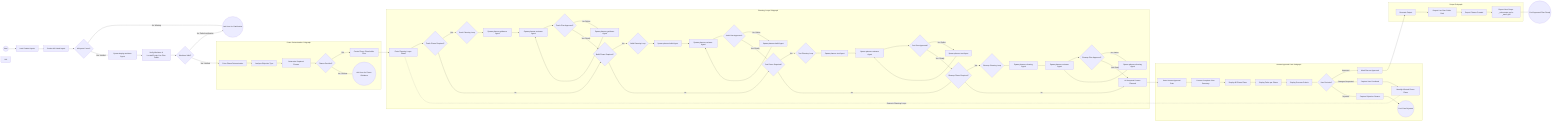
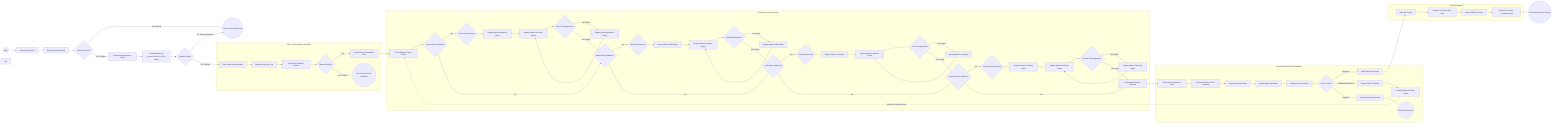
flowchart LR
    %% GOAL: Orchestrate planning agents to create executable plans without execution.
    %% PROFILE: Orchestration-Planning
-     %% OUTPUT: Approved plan folder in docs/plans/live/, ready for _orchestrate.yml or _teach.yml
+     %% OUTPUT: Approved plan folder in docs/plans/live/, ready for _orchestrate.yml
    %% GUIDELINE: PLANNING ONLY policy - no execution, no exploration loops.
    %% GUIDELINE: User provides all necessary context in their prompt - no discovery phase.
    %% GUIDELINE: assets/definitions/plans.yml - Plan types and folder structure
    %% INPUT_PATH: agents/orchestration/orchestration-planning/inputs.yml

    Start((Start)) --> LoadInputs[Load Context Inputs]

    %% ========================================
    %% INPUT VALIDATION PHASE
    %% ========================================
    %% Verify all required context is provided in the user prompt.
    %% Unlike orchestration-build, NO exploration phase - user supplies context.
    LoadInputs --> ReviewInputs[Review All Listed Inputs]
    ReviewInputs --> CheckInputs{All Inputs Found?}

    %% If inputs are missing, ask user for clarification (no self-healing search)
    CheckInputs -- "No: Missing" --> AskUser((Ask User for Clarification))

    %% Proceed when context is verified
    CheckInputs -- "Yes: Verified" --> SpawnDeployWorktree[Spawn deploy-worktree Agent]

    %% ========================================
    %% WORKTREE & PLAN FOLDER SETUP
    %% ========================================
    %% deploy-worktree agent handles worktree setup and verification
    %% Creates or locates live plan folder (YYMMDDRepo_Branch/)
    SpawnDeployWorktree --> VerifyWorktree[Verify Worktree & Locate/Create Live Plan Folder]
    VerifyWorktree --> WorktreeValid{Worktree Valid?}
    WorktreeValid -- "No: Failed verification" --> AskUser

    %% ========================================
    %% PHASE DETERMINATION
    %% ========================================
    %% Orchestration-planning agent analyzes objective and determines required phases.
    %% Possible phases: teach, build, test, cleanup
    %% Each phase will get its own plan_live_<phase>.yml file
    WorktreeValid -- "Yes: Verified" --> PhaseDetermination[Enter Phase Determination]

    subgraph PhaseDetermination_SG ["Phase Determination Subgraph"]
        %% Orchestration-planning determines phases based on objective type:
        %% - teach: guidance, process, or documentation improvements
        %% - build: code implementation or feature development
        %% - test: test strategy and validation tasks
        %% - cleanup: code cleanup, audit, or removal tasks
        %% Creates placeholder .yml files for each required phase
        PhaseDetermination --> AnalyzeObjective[Analyze Objective Type]
        AnalyzeObjective --> DeterminePhases[Determine Required Phases]
        DeterminePhases --> PhasesDecided{Phases Decided?}

        %% List possible phases: teach, build, test, cleanup
        PhasesDecided -- "Yes" --> CreatePlaceholders[Create Phase Placeholder Files]
        PhasesDecided -- "No: Unclear" --> EscalatePhases((Ask User for Phase Guidance))
    end

    %% ========================================
    %% PLANNING LOOPS PHASE
    %% ========================================
    %% LOOP_DEFINITION: assets/definitions/agent-loops.yml#planner-loop
    %% MAX_ITERATIONS: 5 (per planner-loop definition)
    %% ESCALATION: If max iterations reached without approval, stop and Ask User
    %%
    %% For each required phase, spawn specialized planner + reviewer loop:
    %% - planner-guidance: Teaching/guidance plans
    %% - planner-build: Build/implementation plans
    %% - planner-test: Test strategy plans
    %% - planner-cleaning: Cleanup/audit plans
    CreatePlaceholders --> PlanningLoops[Enter Planning Loops Phase]

    subgraph PlanningLoops_SG ["Planning Loops Subgraph"]
        %% ----------------------------------------
        %% TEACH PLANNING LOOP (if teach phase required)
        %% ----------------------------------------
        PlanningLoops --> CheckTeach{Teach Phase Required?}
        CheckTeach -- "Yes" --> TeachPlanLoop{Teach Planning Loop}

        TeachPlanLoop --> SpawnPlannerTeach[Spawn planner-guidance Agent]
        SpawnPlannerTeach --> SpawnTeachReviewer[Spawn planner-reviewer Agent]
        SpawnTeachReviewer --> TeachPlanApproved{Teach Plan Approved?}

        %% Iterative refinement for teach plan
        TeachPlanApproved -- "No: Refine" --> SpawnPlannerTeachFix[Spawn planner-guidance Agent]
        SpawnPlannerTeachFix --> SpawnTeachReviewer

        TeachPlanApproved -- "Yes: Ready" --> CheckBuild{Build Phase Required?}
        CheckTeach -- "No" --> CheckBuild

        %% ----------------------------------------
        %% BUILD PLANNING LOOP (if build phase required)
        %% ----------------------------------------
        CheckBuild -- "Yes" --> BuildPlanLoop{Build Planning Loop}

        BuildPlanLoop --> SpawnPlannerBuild[Spawn planner-build Agent]
        SpawnPlannerBuild --> SpawnBuildReviewer[Spawn planner-reviewer Agent]
        SpawnBuildReviewer --> BuildPlanApproved{Build Plan Approved?}

        %% Iterative refinement for build plan
        BuildPlanApproved -- "No: Refine" --> SpawnPlannerBuildFix[Spawn planner-build Agent]
        SpawnPlannerBuildFix --> SpawnBuildReviewer

        BuildPlanApproved -- "Yes: Ready" --> CheckTest{Test Phase Required?}
        CheckBuild -- "No" --> CheckTest

        %% ----------------------------------------
        %% TEST PLANNING LOOP (if test phase required)
        %% ----------------------------------------
        CheckTest -- "Yes" --> TestPlanLoop{Test Planning Loop}

        TestPlanLoop --> SpawnPlannerTest[Spawn planner-test Agent]
        SpawnPlannerTest --> SpawnTestReviewer[Spawn planner-reviewer Agent]
        SpawnTestReviewer --> TestPlanApproved{Test Plan Approved?}

        %% Iterative refinement for test plan
        TestPlanApproved -- "No: Refine" --> SpawnPlannerTestFix[Spawn planner-test Agent]
        SpawnPlannerTestFix --> SpawnTestReviewer

        TestPlanApproved -- "Yes: Ready" --> CheckCleanup{Cleanup Phase Required?}
        CheckTest -- "No" --> CheckCleanup

        %% ----------------------------------------
        %% CLEANUP PLANNING LOOP (if cleanup phase required)
        %% ----------------------------------------
        CheckCleanup -- "Yes" --> CleanupPlanLoop{Cleanup Planning Loop}

        CleanupPlanLoop --> SpawnPlannerCleanup[Spawn planner-cleaning Agent]
        SpawnPlannerCleanup --> SpawnCleanupReviewer[Spawn planner-reviewer Agent]
        SpawnCleanupReviewer --> CleanupPlanApproved{Cleanup Plan Approved?}

        %% Iterative refinement for cleanup plan
        CleanupPlanApproved -- "No: Refine" --> SpawnPlannerCleanupFix[Spawn planner-cleaning Agent]
        SpawnPlannerCleanupFix --> SpawnCleanupReviewer

        CleanupPlanApproved -- "Yes: Ready" --> AllPhasesPlanned[All Required Phases Planned]
        CheckCleanup -- "No" --> AllPhasesPlanned
    end

    %% ========================================
    %% HUMAN APPROVAL GATE
    %% ========================================
    %% Present complete plan to user for final approval.
    %% User can: approve, request changes, or reject.
    %% This is the critical gate before plan is marked ready for execution.
    AllPhasesPlanned --> HumanApproval[Enter Human Approval Gate]

    subgraph HumanApproval_SG ["Human Approval Gate Subgraph"]
        HumanApproval --> PresentPlan[Present Complete Plan Summary]
        PresentPlan --> ShowPhases[Display All Phase Plans]
        ShowPhases --> ShowTasks[Display Tasks per Phase]
        ShowTasks --> ShowCriteria[Display Success Criteria]
        ShowCriteria --> UserDecision{User Decision?}

        %% User approves - proceed to output
        UserDecision -- "Approved" --> MarkApproved[Mark Plan as Approved]

        %% User requests changes - return to planning loops with feedback
        UserDecision -- "Changes Requested" --> CaptureChanges[Capture User Feedback]
        CaptureChanges --> IdentifyAffectedPhases[Identify Affected Phase Plans]
        IdentifyAffectedPhases -.->|Return to Planning Loops| PlanningLoops

        %% User rejects - terminate with explanation
        UserDecision -- "Rejected" --> CaptureRejection[Capture Rejection Reason]
        CaptureRejection --> RejectEnd((End: Plan Rejected))
    end

    %% ========================================
    %% OUTPUT PHASE
    %% ========================================
    %% Output the approved plan folder path.
-     %% Plan is ready for _orchestrate.yml or _teach.yml entrypoints.
+     %% Plan is ready for _orchestrate.yml entrypoints.
    MarkApproved --> OutputPhase[Generate Output]

    subgraph Output_SG ["Output Subgraph"]
        OutputPhase --> ReportPlanLocation[Report Live Plan Folder Path]
        ReportPlanLocation --> ReportPhases[Report Phases Created]
-         ReportPhases --> ReportNextSteps[Report Next Steps: _orchestrate.yml or _teach.yml]
+         ReportPhases --> ReportNextSteps[Report Next Steps: _orchestrate.yml]
    end

    ReportNextSteps --> End((End: Approved Plan Ready))

    %% ========================================
    %% STYLING
    %% ========================================
    %% Dotted lines for feedback loops (return paths from Human Approval)
    %% These represent plan refinement cycles based on user feedback
    %% Edge index 57 is: IdentifyAffectedPhases -.-> PlanningLoops
    classDef dashedstroke stroke-dasharray: 5 5;
    linkStyle 57 stroke:#888,stroke-width:2px,stroke-dasharray: 5 5;
